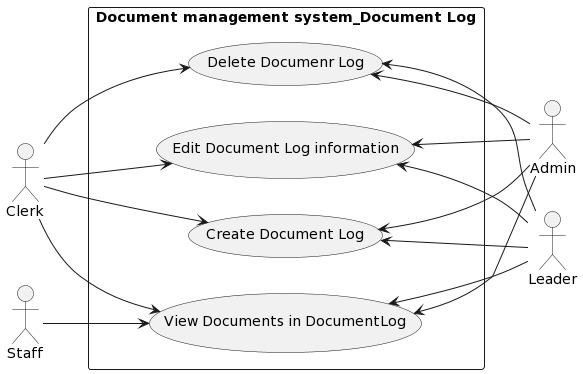
Before: Lab1/Lab1.2/UseCaseDiagram/Document Log UseCase/Folder Category UseCase.png, a diagram exported from PlantUML (khoapham1003/SE357-Pratice-class).
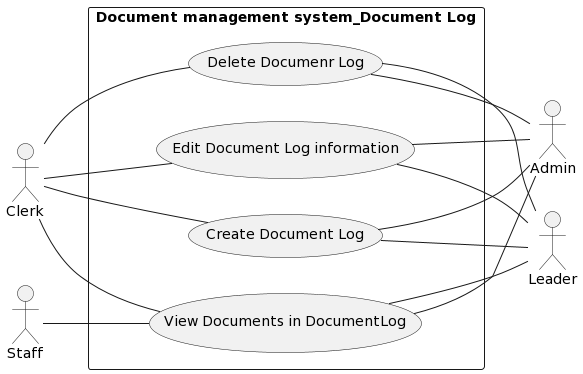
After the change.

The edit, as a diff of the source:
```diff
@@ -8,22 +8,22 @@
 
 rectangle "Document management system_Document Log" {
 
-Admin -up-> (Create Document Log)
-Admin -up-> (Edit Document Log information)
-Admin -up-> (Delete Documenr Log)
-Admin -up-> (View Documents in DocumentLog)
+Admin -up- (Create Document Log)
+Admin -up- (Edit Document Log information)
+Admin -up- (Delete Documenr Log)
+Admin -up- (View Documents in DocumentLog)
 
-Leader -up-> (Create Document Log)
-Leader -up-> (Edit Document Log information)
-Leader -up-> (Delete Documenr Log)
-Leader -up-> (View Documents in DocumentLog)
+Leader -up- (Create Document Log)
+Leader -up- (Edit Document Log information)
+Leader -up- (Delete Documenr Log)
+Leader -up- (View Documents in DocumentLog)
 
-Clerk --> (Create Document Log)
-Clerk --> (Edit Document Log information)
-Clerk --> (Delete Documenr Log)
-Clerk --> (View Documents in DocumentLog)
+Clerk -- (Create Document Log)
+Clerk -- (Edit Document Log information)
+Clerk -- (Delete Documenr Log)
+Clerk -- (View Documents in DocumentLog)
 
-Staff --> (View Documents in DocumentLog)
+Staff -- (View Documents in DocumentLog)
 
 }
 @enduml
```
